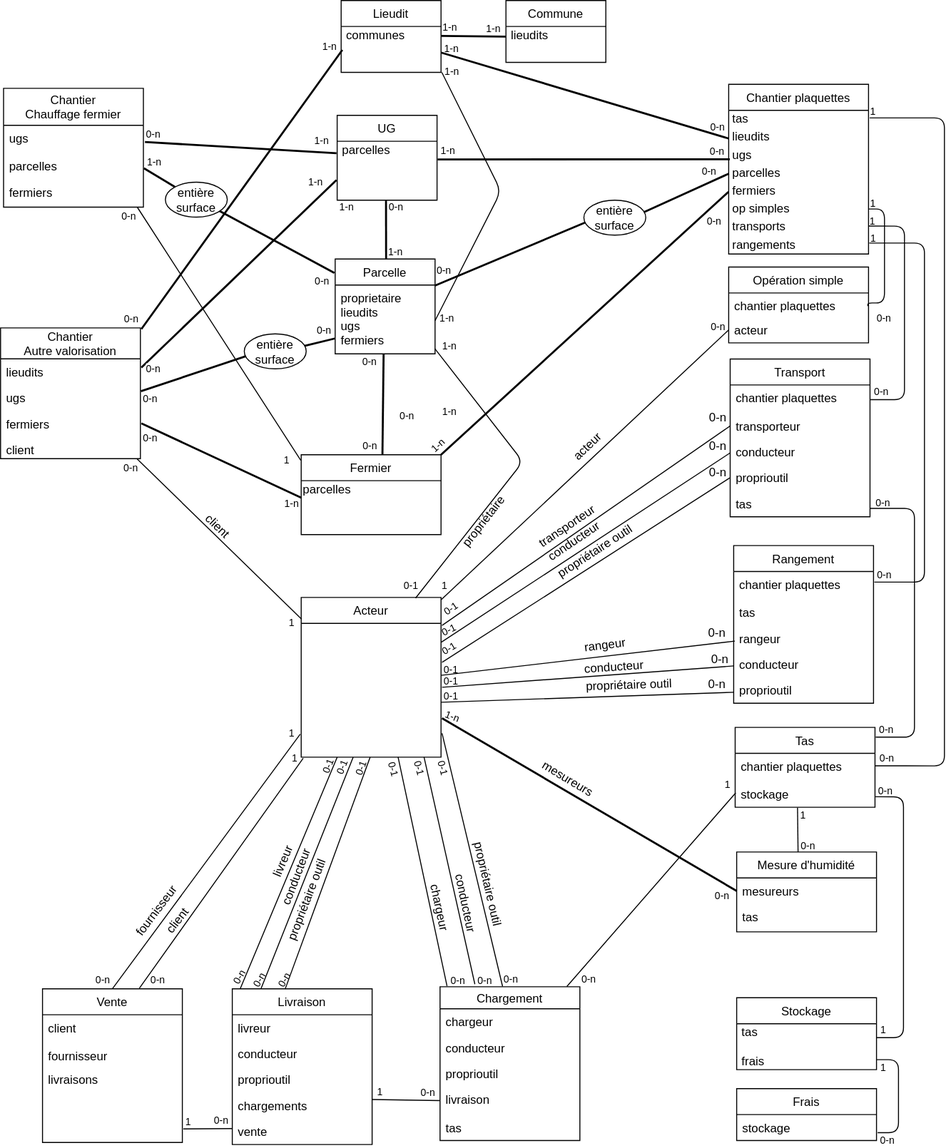
Earlier version of the draw.io export doc/schema-bdd-bdl.svg (bdlarzac/chantiers). Source tidied: cells renumbered, new cells last; positions are measured from the earlier drawing's top-left corner, leaving out a move shared by most shapes.
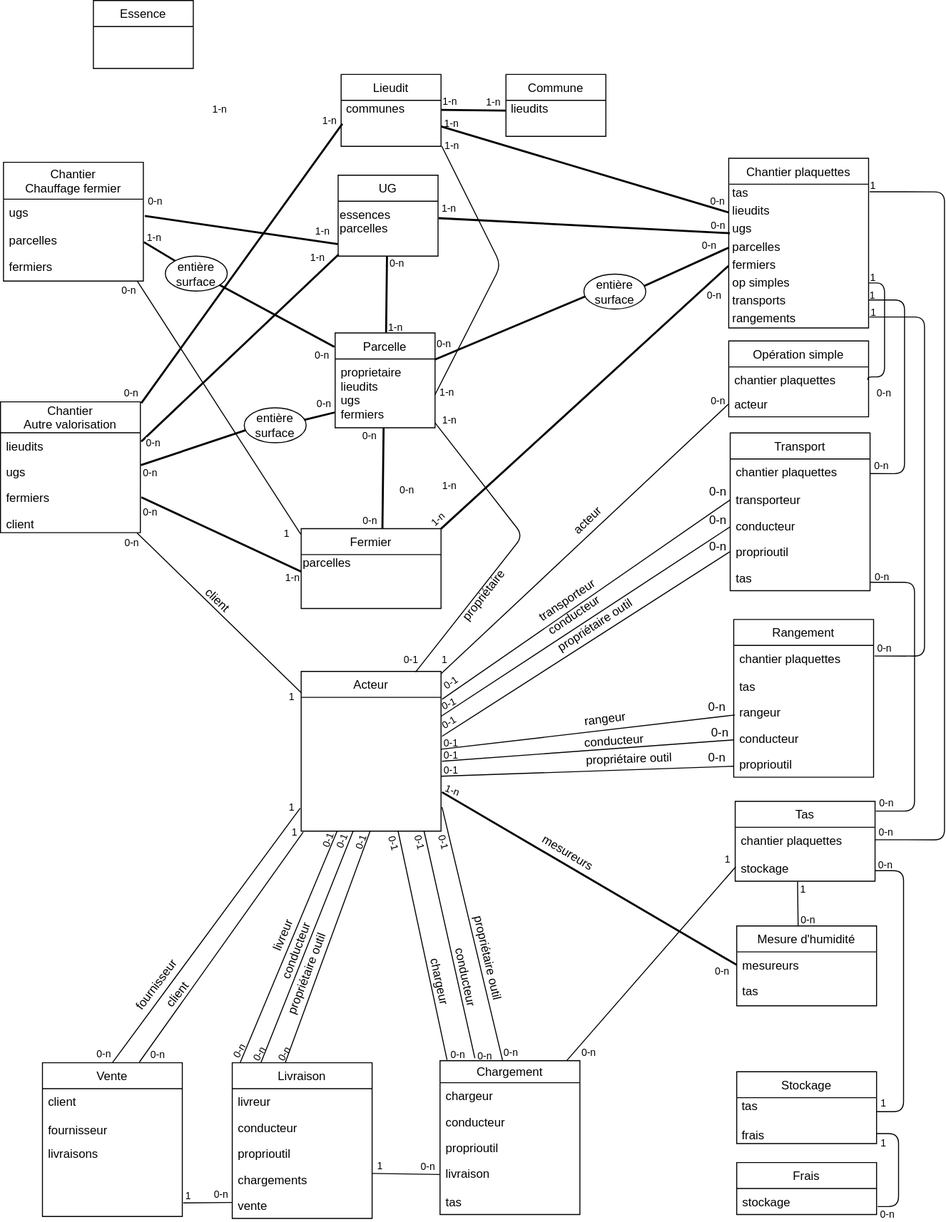
Later version of the same file.

Commit message:
#15 - Migration, create, fill table essence, début update UG

What changed in the source:
```diff
@@ -130,12 +130,12 @@
         <mxPoint x="-1.1" y="14.3" as="offset" />
       </mxGeometry>
     </mxCell>
-    <mxCell id="30" style="endArrow=none;html=1;strokeWidth=2;exitX=1.011;exitY=0.599;exitDx=0;exitDy=0;exitPerimeter=0;entryX=-0.007;entryY=0.203;entryDx=0;entryDy=0;entryPerimeter=0;" parent="1" edge="1" source="131" target="142">
+    <mxCell id="30" style="endArrow=none;html=1;strokeWidth=2;exitX=1.011;exitY=0.599;exitDx=0;exitDy=0;exitPerimeter=0;entryX=-0.002;entryY=0.78;entryDx=0;entryDy=0;entryPerimeter=0;" parent="1" edge="1" source="131" target="142">
       <mxGeometry relative="1" as="geometry" />
     </mxCell>
     <mxCell id="31" value="0-n" style="html=1;align=left;verticalAlign=bottom;labelBackgroundColor=#ffffff;fontSize=10;" parent="30" vertex="1">
       <mxGeometry x="-1" relative="1" as="geometry">
-        <mxPoint x="-0.5" y="1.2" as="offset" />
+        <mxPoint x="1" y="-6" as="offset" />
       </mxGeometry>
     </mxCell>
     <mxCell id="32" value="1-n" style="html=1;align=right;verticalAlign=bottom;labelBackgroundColor=#ffffff;fontSize=10;" parent="30" vertex="1">
@@ -617,10 +617,10 @@
       <mxGeometry y="26" width="100" height="69" as="geometry" />
     </mxCell>
     <mxCell id="141" value="UG" style="swimlane;fontStyle=0;horizontal=1;startSize=26;fillColor=none;" parent="1" vertex="1">
-      <mxGeometry x="337" y="115" width="100" height="85" as="geometry" />
+      <mxGeometry x="338" y="101" width="100" height="81" as="geometry" />
     </mxCell>
-    <mxCell id="142" value="&amp;nbsp;parcelles&lt;br&gt;&lt;br&gt;&lt;br&gt;&lt;div&gt;&lt;br&gt;&lt;/div&gt;" style="text;html=1;align=left;verticalAlign=middle;points=[];" parent="141" vertex="1">
-      <mxGeometry y="26" width="100" height="59" as="geometry" />
+    <mxCell id="142" value="essences&lt;br&gt;parcelles&lt;br&gt;&lt;br&gt;" style="text;html=1;align=left;verticalAlign=middle;points=[];" parent="141" vertex="1">
+      <mxGeometry y="26" width="100" height="55" as="geometry" />
     </mxCell>
     <mxCell id="143" value="Lieudit" style="swimlane;fontStyle=0;horizontal=1;startSize=26;fillColor=none;" parent="1" vertex="1">
       <mxGeometry x="341" width="100" height="72" as="geometry" />
@@ -637,7 +637,7 @@
     <mxCell id="147" value="&amp;nbsp;&amp;nbsp;" style="text;html=1;align=left;verticalAlign=middle;" parent="145" vertex="1">
       <mxGeometry y="44" width="100" height="18" as="geometry" />
     </mxCell>
-    <mxCell id="148" style="endArrow=none;html=1;strokeWidth=2;exitX=1.007;exitY=0.333;exitDx=0;exitDy=0;exitPerimeter=0;entryX=-0.007;entryY=0.659;entryDx=0;entryDy=0;entryPerimeter=0;" parent="1" edge="1" source="135" target="142">
+    <mxCell id="148" style="endArrow=none;html=1;strokeWidth=2;exitX=1.007;exitY=0.333;exitDx=0;exitDy=0;exitPerimeter=0;entryX=0.004;entryY=0.972;entryDx=0;entryDy=0;entryPerimeter=0;" parent="1" edge="1" source="135" target="142">
       <mxGeometry relative="1" as="geometry" />
     </mxCell>
     <mxCell id="149" value="0-n" style="html=1;align=left;verticalAlign=bottom;labelBackgroundColor=#ffffff;fontSize=10;" parent="148" vertex="1">
@@ -798,7 +798,7 @@
       <mxGeometry x="704" y="464" width="28" height="18" as="geometry" />
     </mxCell>
     <mxCell id="200" value="1-n" style="html=1;align=right;verticalAlign=bottom;labelBackgroundColor=none;fontSize=10;" parent="1" vertex="1">
-      <mxGeometry x="368" y="205" as="geometry">
+      <mxGeometry x="240" y="33" as="geometry">
         <mxPoint x="-13" y="10.9" as="offset" />
       </mxGeometry>
     </mxCell>
@@ -928,5 +928,8 @@
     <mxCell id="233" value="0-n" style="html=1;align=right;verticalAlign=bottom;labelBackgroundColor=none;fontSize=10;" parent="1" vertex="1">
       <mxGeometry x="718" y="180" as="geometry" />
     </mxCell>
+    <mxCell id="234" value="Essence" style="swimlane;fontStyle=0;horizontal=1;startSize=26;fillColor=none;" parent="1" vertex="1">
+      <mxGeometry x="93" y="-74" width="100" height="68" as="geometry" />
+    </mxCell>
   </root>
 </mxGraphModel>
```
